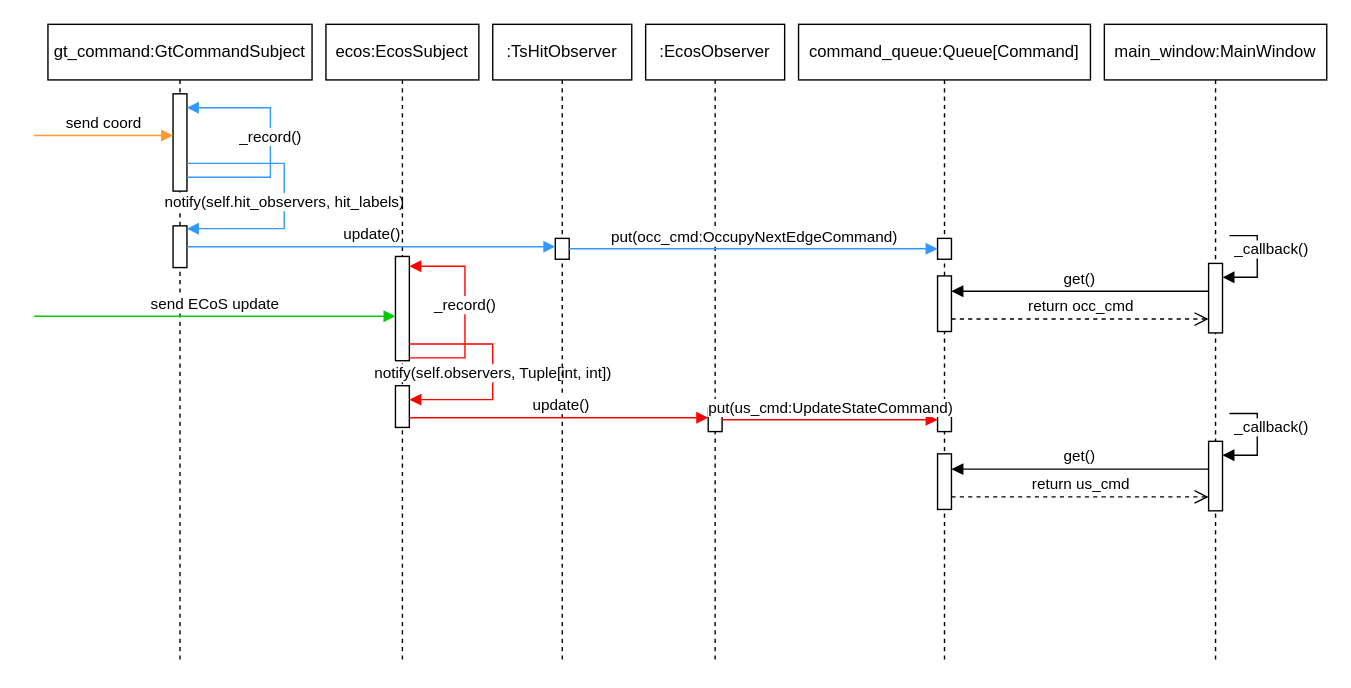
pascalreiss/draw_io_stuff keeps this draw.io diagram as procedural/trainswitch_hit.drawio. Above is the earlier version. Source tidied: cells renumbered, new cells numbered last; positions are measured from the earlier drawing's top-left corner, leaving out a move shared by most shapes. Both pictures are drawn from the tidied source at 139%, with x=0, y=0 at pixel (33, 24).
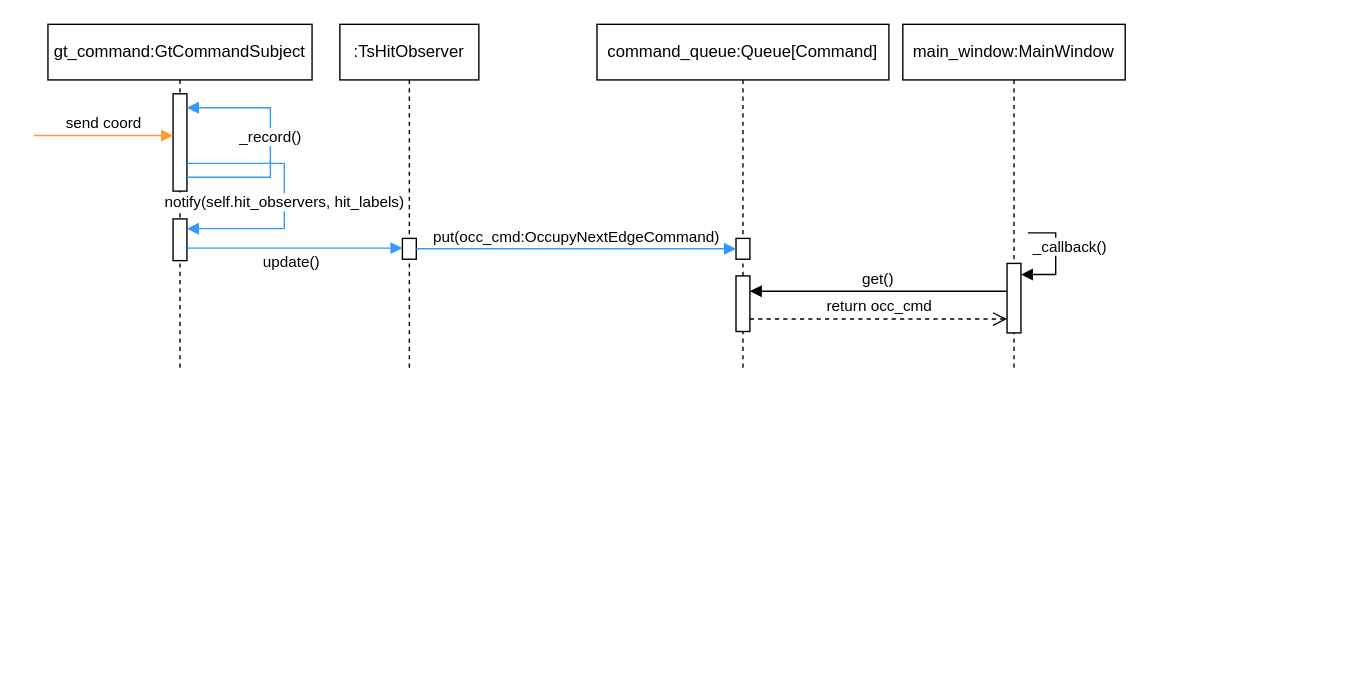
Above is the later version.

The change refers to these unchanged cells:
```xml
<mxCell id="13" style="html=1;points=[[0,0,0,0,5],[0,1,0,0,-5],[1,0,0,0,5],[1,1,0,0,-5]];perimeter=orthogonalPerimeter;outlineConnect=0;targetShapes=umlLifeline;portConstraint=eastwest;newEdgeStyle={&quot;curved&quot;:0,&quot;rounded&quot;:0};" parent="12" vertex="1">
  <mxGeometry x="45" y="154" width="10" height="15" as="geometry" />
</mxCell>
<mxCell id="30" style="html=1;points=[[0,0,0,0,5],[0,1,0,0,-5],[1,0,0,0,5],[1,1,0,0,-5]];perimeter=orthogonalPerimeter;outlineConnect=0;targetShapes=umlLifeline;portConstraint=eastwest;newEdgeStyle={&quot;curved&quot;:0,&quot;rounded&quot;:0};" parent="26" vertex="1">
  <mxGeometry x="75" y="172" width="10" height="50" as="geometry" />
</mxCell>
```

Change to the diagram source:
```diff
@@
     <mxCell id="2" value="gt_command:GtCommandSubject" style="shape=umlLifeline;perimeter=lifelinePerimeter;whiteSpace=wrap;html=1;newEdgeStyle={&quot;curved&quot;:0,&quot;rounded&quot;:0};" parent="1" vertex="1">
-      <mxGeometry x="10" width="190" height="460" as="geometry" />
+      <mxGeometry x="10" width="190" height="250" as="geometry" />
     </mxCell>
@@
     <mxCell id="5" style="html=1;points=[[0,0,0,0,5],[0,1,0,0,-5],[1,0,0,0,5],[1,1,0,0,-5]];perimeter=orthogonalPerimeter;outlineConnect=0;targetShapes=umlLifeline;portConstraint=eastwest;newEdgeStyle={&quot;curved&quot;:0,&quot;rounded&quot;:0};" parent="2" vertex="1">
-      <mxGeometry x="90" y="145" width="10" height="30" as="geometry" />
+      <mxGeometry x="90" y="140" width="10" height="30" as="geometry" />
     </mxCell>
@@
-    <mxCell id="7" value="ecos:EcosSubject" style="shape=umlLifeline;perimeter=lifelinePerimeter;whiteSpace=wrap;html=1;newEdgeStyle={&quot;curved&quot;:0,&quot;rounded&quot;:0};" parent="1" vertex="1">
-      <mxGeometry x="210" width="110" height="460" as="geometry" />
-    </mxCell>
-    <mxCell id="8" style="html=1;points=[[0,0,0,0,5],[0,1,0,0,-5],[1,0,0,0,5],[1,1,0,0,-5]];perimeter=orthogonalPerimeter;outlineConnect=0;targetShapes=umlLifeline;portConstraint=eastwest;newEdgeStyle={&quot;curved&quot;:0,&quot;rounded&quot;:0};" parent="7" vertex="1">
-      <mxGeometry x="50" y="167" width="10" height="75" as="geometry" />
-    </mxCell>
-    <mxCell id="9" value="_record()" style="html=1;verticalAlign=bottom;endArrow=block;curved=0;rounded=0;strokeColor=#FF0000;" parent="7" edge="1" source="8">
-      <mxGeometry x="-0.06" relative="1" as="geometry">
-        <mxPoint x="60" y="174" as="targetPoint" />
-        <Array as="points">
-          <mxPoint x="100" y="240" />
-          <mxPoint x="100" y="174" />
-        </Array>
-      </mxGeometry>
-    </mxCell>
-    <mxCell id="10" style="html=1;points=[[0,0,0,0,5],[0,1,0,0,-5],[1,0,0,0,5],[1,1,0,0,-5]];perimeter=orthogonalPerimeter;outlineConnect=0;targetShapes=umlLifeline;portConstraint=eastwest;newEdgeStyle={&quot;curved&quot;:0,&quot;rounded&quot;:0};" parent="7" vertex="1">
-      <mxGeometry x="50" y="260" width="10" height="30" as="geometry" />
-    </mxCell>
-    <mxCell id="11" value="notify(self.observers, Tuple[int, int])" style="html=1;verticalAlign=bottom;endArrow=block;curved=0;rounded=0;strokeColor=#FF0000;" parent="7" edge="1" source="8" target="10">
-      <mxGeometry x="0.12" relative="1" as="geometry">
-        <Array as="points">
-          <mxPoint x="120" y="230" />
-          <mxPoint x="120" y="270" />
-        </Array>
-      </mxGeometry>
-    </mxCell>
     <mxCell id="12" value=":TsHitObserver" style="shape=umlLifeline;whiteSpace=wrap;html=1;newEdgeStyle={&quot;curved&quot;:0,&quot;rounded&quot;:0};perimeter=rectanglePerimeter;targetShapes=umlLifeline;participant=label;" parent="1" vertex="1">
-      <mxGeometry x="330" width="100" height="460" as="geometry" />
+      <mxGeometry x="220" width="100" height="250" as="geometry" />
     </mxCell>
@@
-    <mxCell id="14" value=":EcosObserver" style="shape=umlLifeline;perimeter=lifelinePerimeter;whiteSpace=wrap;html=1;newEdgeStyle={&quot;curved&quot;:0,&quot;rounded&quot;:0};" parent="1" vertex="1">
-      <mxGeometry x="440" width="100" height="460" as="geometry" />
-    </mxCell>
-    <mxCell id="15" style="html=1;points=[[0,0,0,0,5],[0,1,0,0,-5],[1,0,0,0,5],[1,1,0,0,-5]];perimeter=orthogonalPerimeter;outlineConnect=0;targetShapes=umlLifeline;portConstraint=eastwest;newEdgeStyle={&quot;curved&quot;:0,&quot;rounded&quot;:0};" parent="14" vertex="1">
-      <mxGeometry x="45" y="276" width="10" height="17" as="geometry" />
-    </mxCell>
-    <mxCell id="16" value="update()" style="html=1;verticalAlign=bottom;endArrow=block;curved=0;rounded=0;strokeColor=#FF0000;" parent="1" edge="1" source="10" target="15">
-      <mxGeometry x="0.01" relative="1" as="geometry">
-        <Array as="points">
-          <mxPoint x="400" y="283" />
-        </Array>
-      </mxGeometry>
-    </mxCell>
-    <mxCell id="17" value="update()" style="html=1;verticalAlign=bottom;endArrow=block;curved=0;rounded=0;strokeColor=#3399FF;" parent="1" edge="1" source="5" target="13">
-      <mxGeometry relative="1" as="geometry" />
+    <mxCell id="17" value="update()" style="html=1;verticalAlign=bottom;endArrow=block;curved=0;rounded=0;strokeColor=#3399FF;" parent="1" edge="1" target="13">
+      <mxGeometry x="-0.03" y="-19" relative="1" as="geometry">
+        <mxPoint x="110" y="161" as="sourcePoint" />
+      </mxGeometry>
     </mxCell>
     <mxCell id="18" value="command_queue:Queue[Command]" style="shape=umlLifeline;perimeter=lifelinePerimeter;whiteSpace=wrap;html=1;newEdgeStyle={&quot;curved&quot;:0,&quot;rounded&quot;:0};" parent="1" vertex="1">
-      <mxGeometry x="550" width="210" height="460" as="geometry" />
+      <mxGeometry x="405" width="210" height="250" as="geometry" />
     </mxCell>
@@
-    <mxCell id="20" style="html=1;points=[[0,0,0,0,5],[0,1,0,0,-5],[1,0,0,0,5],[1,1,0,0,-5]];perimeter=orthogonalPerimeter;outlineConnect=0;targetShapes=umlLifeline;portConstraint=eastwest;newEdgeStyle={&quot;curved&quot;:0,&quot;rounded&quot;:0};" parent="18" vertex="1">
-      <mxGeometry x="100" y="278" width="10" height="15" as="geometry" />
-    </mxCell>
-    <mxCell id="21" style="html=1;points=[[0,0,0,0,5],[0,1,0,0,-5],[1,0,0,0,5],[1,1,0,0,-5]];perimeter=orthogonalPerimeter;outlineConnect=0;targetShapes=umlLifeline;portConstraint=eastwest;newEdgeStyle={&quot;curved&quot;:0,&quot;rounded&quot;:0};" parent="18" vertex="1">
-      <mxGeometry x="100" y="309" width="10" height="40" as="geometry" />
-    </mxCell>
@@
-    <mxCell id="23" value="put(us_cmd:UpdateStateCommand)" style="html=1;verticalAlign=bottom;endArrow=block;curved=0;rounded=0;strokeColor=#FF0000;" parent="1" edge="1" source="15" target="20">
-      <mxGeometry relative="1" as="geometry" />
-    </mxCell>
@@
-    <mxCell id="25" value="send ECoS update" style="html=1;verticalAlign=bottom;endArrow=block;curved=0;rounded=0;strokeColor=#00CC00;" parent="1" edge="1" target="8">
-      <mxGeometry relative="1" as="geometry">
-        <mxPoint y="210" as="sourcePoint" />
-      </mxGeometry>
-    </mxCell>
     <mxCell id="26" value="main_window:MainWindow" style="shape=umlLifeline;perimeter=lifelinePerimeter;whiteSpace=wrap;html=1;newEdgeStyle={&quot;curved&quot;:0,&quot;rounded&quot;:0};" parent="1" vertex="1">
-      <mxGeometry x="770" width="160" height="460" as="geometry" />
+      <mxGeometry x="625" width="160" height="250" as="geometry" />
     </mxCell>
-    <mxCell id="27" style="html=1;points=[[0,0,0,0,5],[0,1,0,0,-5],[1,0,0,0,5],[1,1,0,0,-5]];perimeter=orthogonalPerimeter;outlineConnect=0;targetShapes=umlLifeline;portConstraint=eastwest;newEdgeStyle={&quot;curved&quot;:0,&quot;rounded&quot;:0};" parent="26" vertex="1">
-      <mxGeometry x="75" y="300" width="10" height="50" as="geometry" />
-    </mxCell>
-    <mxCell id="28" value="_callback()" style="html=1;align=left;spacingLeft=2;endArrow=block;rounded=0;edgeStyle=orthogonalEdgeStyle;curved=0;rounded=0;" parent="26" edge="1" target="27">
-      <mxGeometry x="-1" y="-10" relative="1" as="geometry">
-        <mxPoint x="90" y="280" as="sourcePoint" />
-        <Array as="points">
-          <mxPoint x="90" y="280" />
-          <mxPoint x="110" y="280" />
-          <mxPoint x="110" y="310" />
-        </Array>
-      </mxGeometry>
-    </mxCell>
@@
-    <mxCell id="33" value="_callback()" style="html=1;align=left;spacingLeft=2;endArrow=block;rounded=0;edgeStyle=orthogonalEdgeStyle;curved=0;rounded=0;" parent="26" edge="1" target="30">
+    <mxCell id="33" value="_callback()" style="html=1;align=left;spacingLeft=2;endArrow=block;rounded=0;edgeStyle=orthogonalEdgeStyle;curved=0;rounded=0;" parent="26" edge="1">
       <mxGeometry x="-1" y="-10" relative="1" as="geometry">
-        <mxPoint x="90" y="152" as="sourcePoint" />
+        <mxPoint x="90" y="150" as="sourcePoint" />
+        <mxPoint x="85" y="180" as="targetPoint" />
         <Array as="points">
-          <mxPoint x="90" y="152" />
-          <mxPoint x="110" y="152" />
-          <mxPoint x="110" y="182" />
+          <mxPoint x="90" y="150" />
+          <mxPoint x="110" y="150" />
+          <mxPoint x="110" y="180" />
         </Array>
       </mxGeometry>
     </mxCell>
-    <mxCell id="34" value="get()" style="html=1;verticalAlign=bottom;endArrow=block;curved=0;rounded=0;" parent="1" edge="1" source="27" target="21">
-      <mxGeometry relative="1" as="geometry">
-        <Array as="points">
-          <mxPoint x="750" y="320" />
-        </Array>
-      </mxGeometry>
-    </mxCell>
-    <mxCell id="35" value="return us_cmd" style="html=1;verticalAlign=bottom;endArrow=open;dashed=1;endSize=8;curved=0;rounded=0;" parent="1" edge="1" source="21" target="27">
-      <mxGeometry relative="1" as="geometry">
-        <Array as="points">
-          <mxPoint x="750" y="340" />
-        </Array>
-      </mxGeometry>
-    </mxCell>
```
